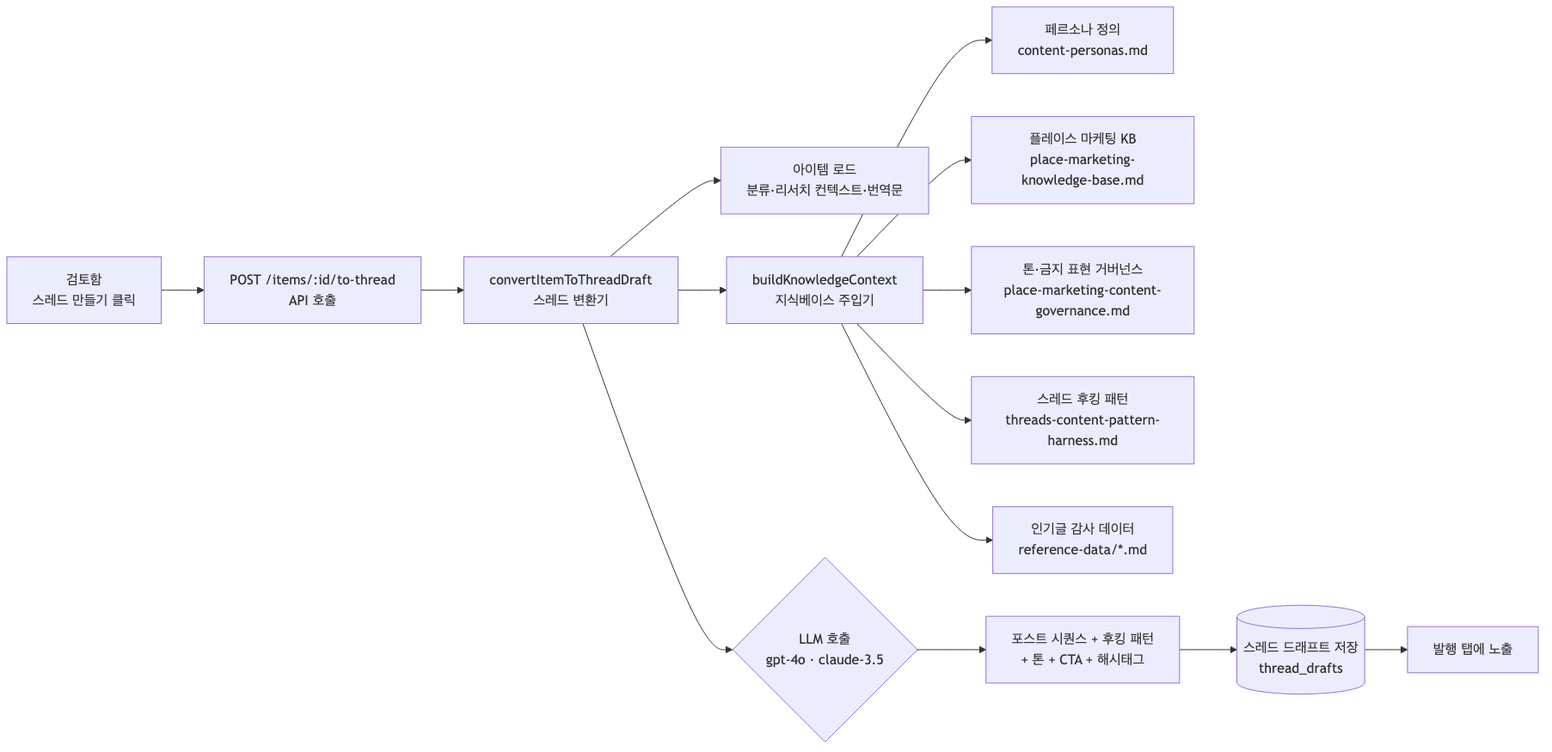
giveneeds/give-randing keeps this Mermaid diagram as docs/diagrams/03-thread-conversion.png. Above is the earlier version. Its source is kept beside it as docs/diagrams/03-thread-conversion.mmd.
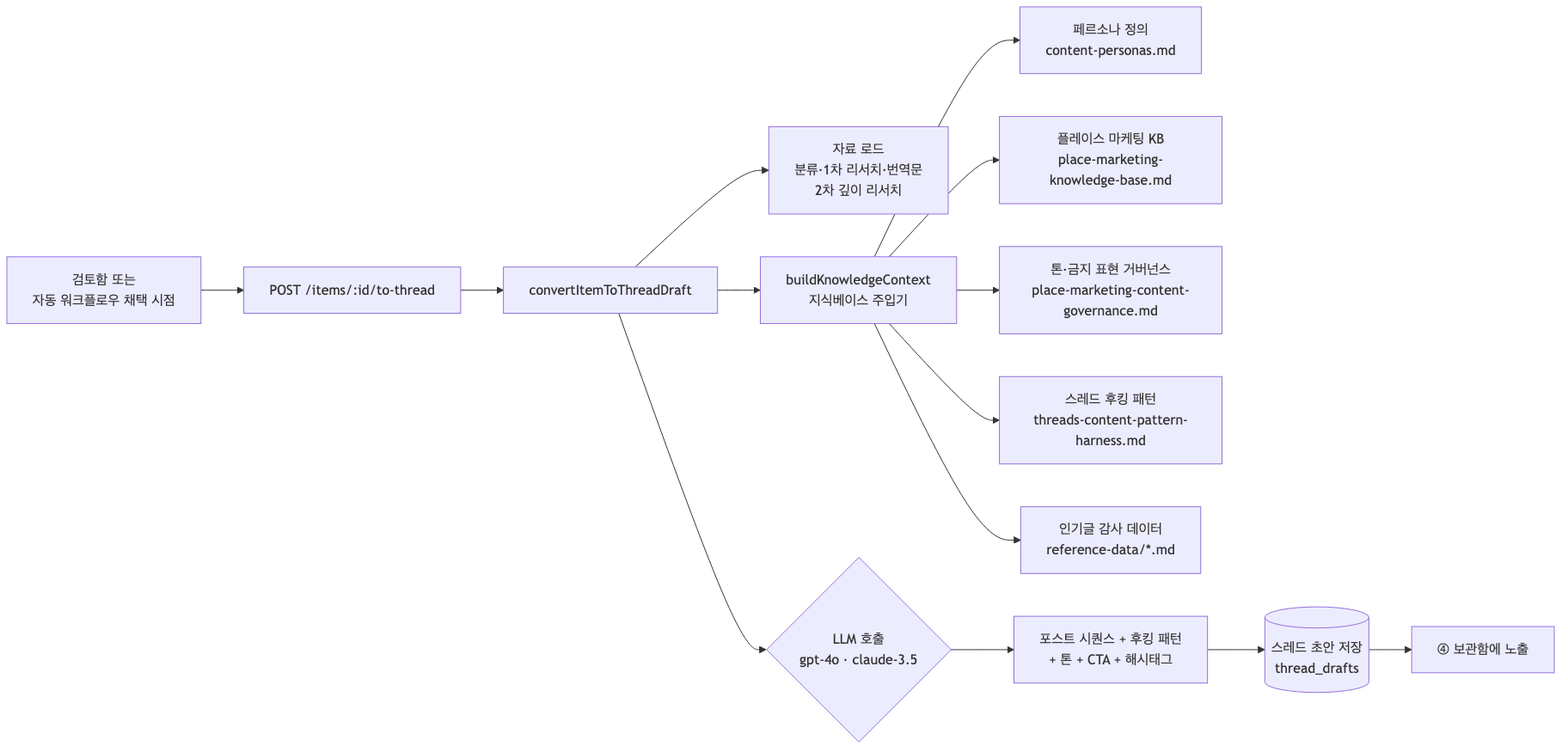
Later version of the same file.

Diff of the diagram source:
```diff
@@ -1,7 +1,7 @@
 flowchart LR
-  A[검토함<br/>스레드 만들기 클릭] --> B[POST /items/:id/to-thread<br/>API 호출]
-  B --> C[convertItemToThreadDraft<br/>스레드 변환기]
-  C --> D[아이템 로드<br/>분류·리서치 컨텍스트·번역문]
+  A[검토함 또는<br/>자동 워크플로우 채택 시점] --> B[POST /items/:id/to-thread]
+  B --> C[convertItemToThreadDraft]
+  C --> D[자료 로드<br/>분류·1차 리서치·번역문<br/>2차 깊이 리서치]
   C --> E[buildKnowledgeContext<br/>지식베이스 주입기]
   E --> KB1[페르소나 정의<br/>content-personas.md]
   E --> KB2[플레이스 마케팅 KB<br/>place-marketing-knowledge-base.md]
@@ -10,5 +10,5 @@
   E --> KB5[인기글 감사 데이터<br/>reference-data/*.md]
   C --> F{LLM 호출<br/>gpt-4o · claude-3.5}
   F --> G[포스트 시퀀스 + 후킹 패턴<br/>+ 톤 + CTA + 해시태그]
-  G --> H[(스레드 드래프트 저장<br/>thread_drafts)]
-  H --> I[발행 탭에 노출]
+  G --> H[(스레드 초안 저장<br/>thread_drafts)]
+  H --> I[④ 보관함에 노출]
```
